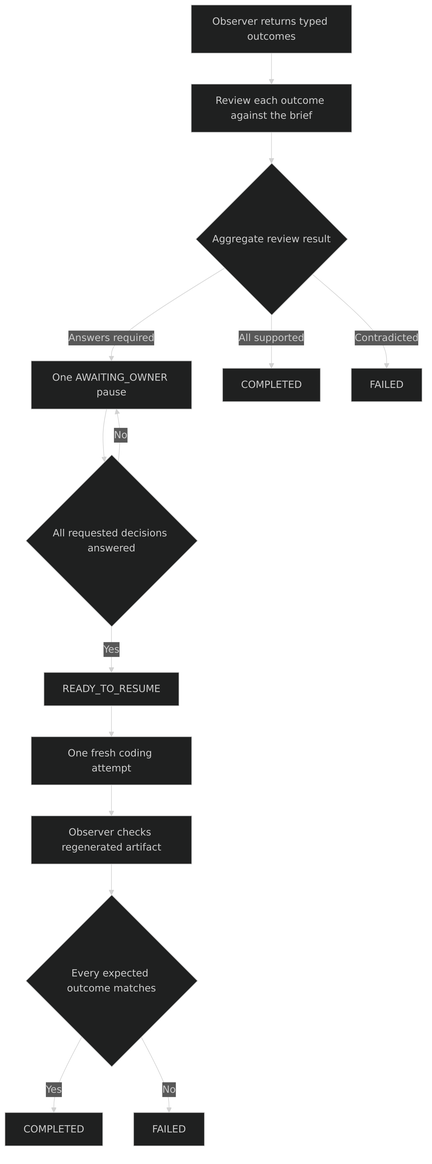
The Mermaid diagram notebooks/assets/diagrams/gate_logic.png in genesobolev/implicit-decision-gate, before a commit. Its source is kept beside it as notebooks/assets/diagrams/gate_logic.mmd.
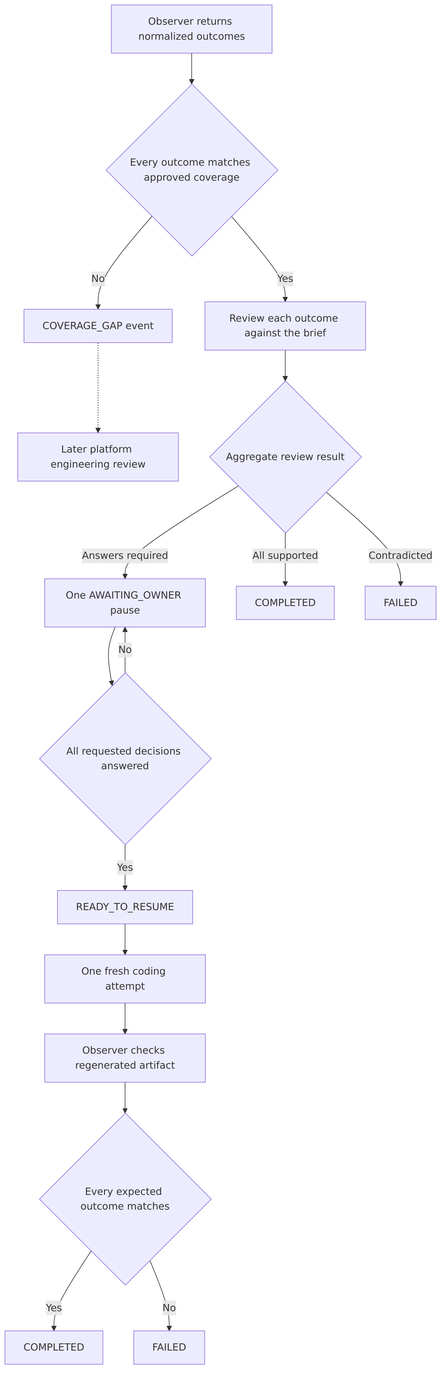
After the change.

Commit message:
Record platform coverage gaps

The edit, as a diff of the source:
```diff
@@ -1,5 +1,8 @@
 flowchart TD
-    observed[Observer returns typed outcomes]
+    observed[Observer returns normalized outcomes]
+    covered{Every outcome matches approved coverage}
+    coverageGap[COVERAGE_GAP event]
+    platform[Later platform engineering review]
     review[Review each outcome against the brief]
     result{Aggregate review result}
     pause[One AWAITING_OWNER pause]
@@ -13,7 +16,10 @@
     completeSecond[COMPLETED]
     failedRetry[FAILED]
 
-    observed --> review
+    observed --> covered
+    covered -->|No| coverageGap
+    coverageGap -.-> platform
+    covered -->|Yes| review
     review --> result
     result -->|Contradicted| failedReview
     result -->|All supported| completeFirst
```
